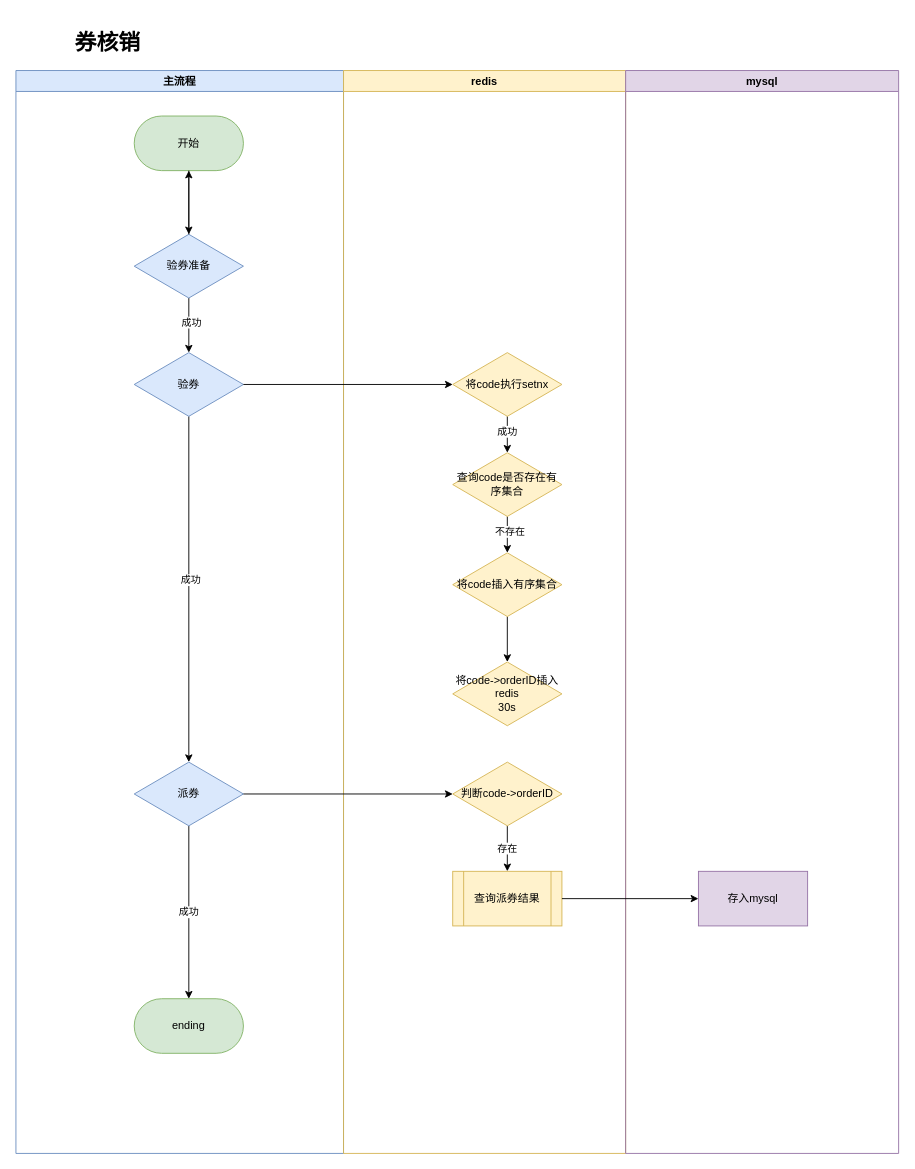
Before: xlh/xlh.drawio in zhanghaiyang1/draw, a draw.io diagram. Source tidied: cells renumbered, new cells numbered last; positions are measured from the earlier drawing's top-left corner, leaving out a move shared by most shapes. Both pictures are drawn from the tidied source at 91%, with x=0, y=0 at pixel (15, 25).
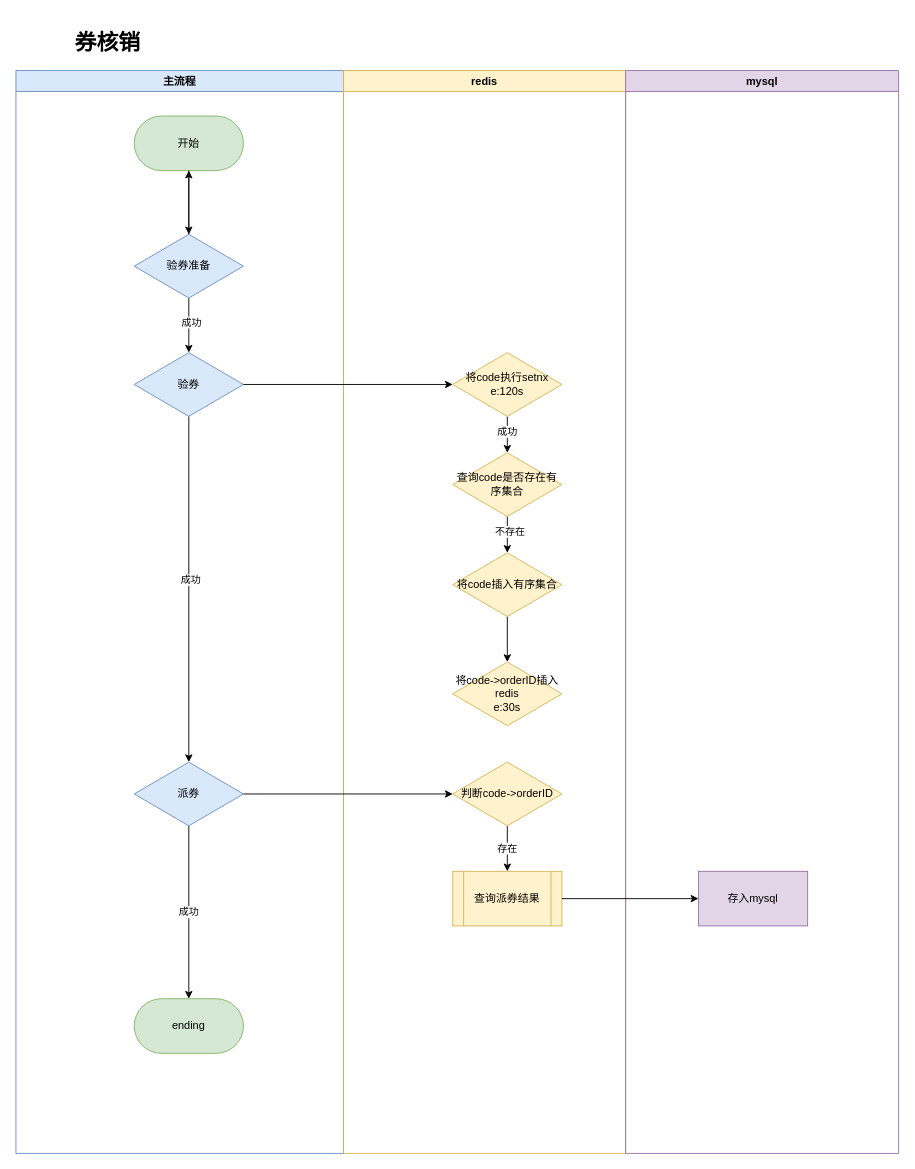
After the change.

The change refers to these unchanged cells:
```xml
<mxCell id="17" value="redis" style="swimlane;whiteSpace=wrap;html=1;fillColor=#fff2cc;strokeColor=#d6b656;" parent="1" vertex="1">
  <mxGeometry x="360" y="50" width="310" height="1190" as="geometry" />
</mxCell>
```

The edit, as a diff of the source:
```diff
@@
-    <mxCell id="20" value="将code执行setnx" style="rhombus;whiteSpace=wrap;html=1;fillColor=#fff2cc;strokeColor=#d6b656;" parent="17" vertex="1">
+    <mxCell id="20" value="将code执行setnx&lt;br&gt;e:120s" style="rhombus;whiteSpace=wrap;html=1;fillColor=#fff2cc;strokeColor=#d6b656;" parent="17" vertex="1">
       <mxGeometry x="120" y="310" width="120" height="70" as="geometry" />
     </mxCell>
@@
-    <mxCell id="26" value="将code-&amp;gt;orderID插入&lt;br&gt;redis&lt;br&gt;30s" style="rhombus;whiteSpace=wrap;html=1;fillColor=#fff2cc;strokeColor=#d6b656;" parent="17" vertex="1">
+    <mxCell id="26" value="将code-&amp;gt;orderID插入&lt;br&gt;redis&lt;br&gt;e:30s" style="rhombus;whiteSpace=wrap;html=1;fillColor=#fff2cc;strokeColor=#d6b656;" parent="17" vertex="1">
       <mxGeometry x="120" y="650" width="120" height="70" as="geometry" />
     </mxCell>
```
